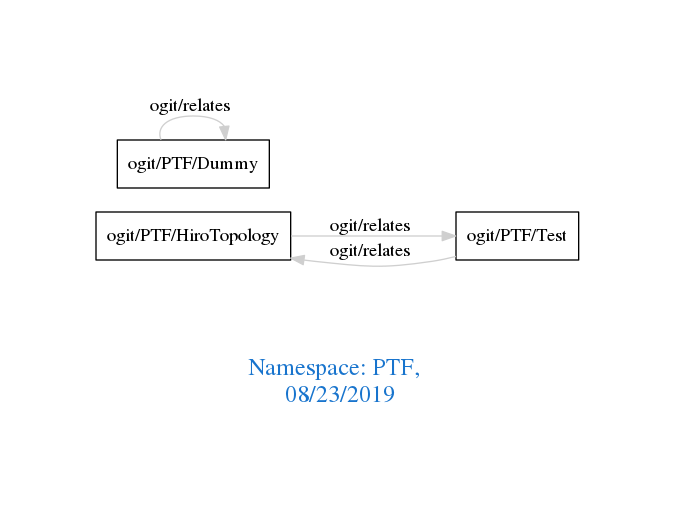
The Graphviz diagram downloads/PTF.png in arago/OGIT, before a commit. Its source is kept beside it as downloads/PTF.dot.
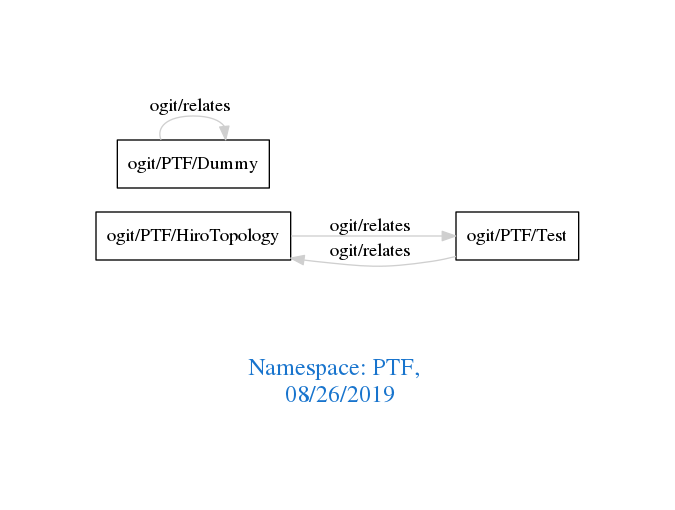
After the change.

What changed in the source:
```diff
@@ -1,7 +1,7 @@
 digraph OGIT_ontology {
  graph [ rankdir= LR,pad=1
 fontsize = 18,
-fontcolor= dodgerblue3,label = "\n\n\nNamespace: PTF, \n 08/23/2019"];
+fontcolor= dodgerblue3,label = "\n\n\nNamespace: PTF, \n 08/26/2019"];
 node[shape=polygon];
 edge [  color="gray81"];
 
```
